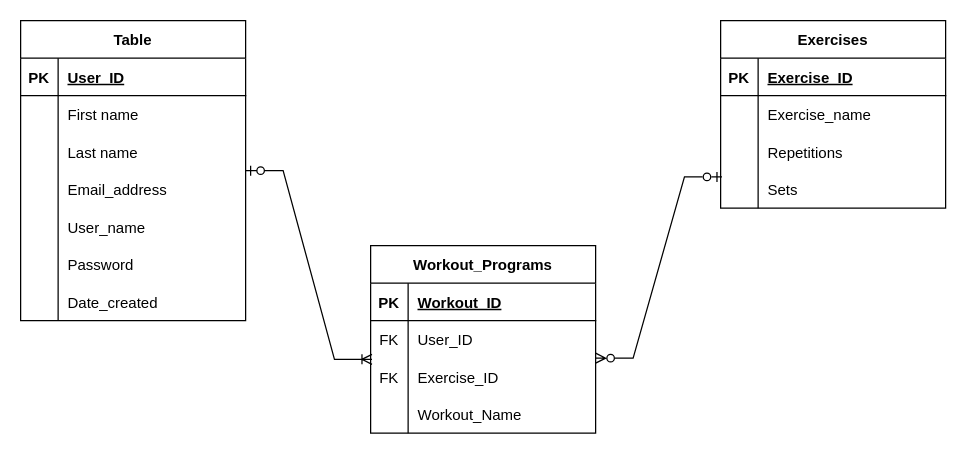
Earlier version of the draw.io diagram Untitled Diagram.drawio (Screamzle/DevOps-Project). Source tidied: cells renumbered, new cells numbered last; positions are measured from the earlier drawing's top-left corner, leaving out a move shared by most shapes. Both pictures are drawn from the tidied source at 125%, with x=0, y=0 at pixel (20, 20).
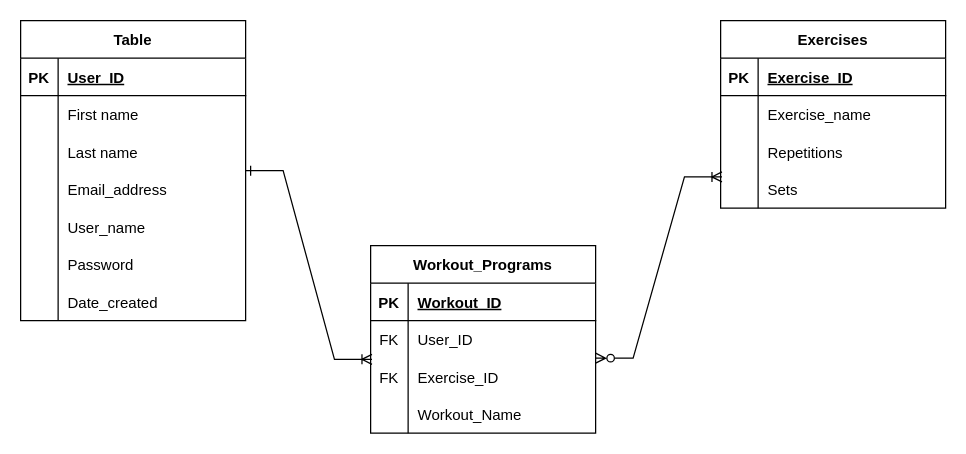
Above is the later version.

The change refers to these unchanged cells:
```xml
<mxCell id="31" style="shape=tableRow;horizontal=0;startSize=0;swimlaneHead=0;swimlaneBody=0;fillColor=none;points=[[0,0.5],[1,0.5]];portConstraint=eastwest;top=0;left=0;right=0;bottom=0;" parent="24" vertex="1">
  <mxGeometry y="90" width="180" height="30" as="geometry" />
</mxCell>
<mxCell id="47" style="shape=tableRow;horizontal=0;startSize=0;swimlaneHead=0;swimlaneBody=0;fillColor=none;points=[[0,0.5],[1,0.5]];portConstraint=eastwest;top=0;left=0;right=0;bottom=0;" parent="37" vertex="1">
  <mxGeometry y="120" width="180" height="30" as="geometry" />
</mxCell>
```

What changed in the source:
```diff
@@
-    <mxCell id="50" style="edgeStyle=entityRelationEdgeStyle;fontSize=12;html=1;endArrow=ERoneToMany;startArrow=ERzeroToOne;rounded=0;entryX=0.006;entryY=0.033;entryDx=0;entryDy=0;entryPerimeter=0;" parent="1" edge="1" target="31">
+    <mxCell id="50" style="edgeStyle=entityRelationEdgeStyle;fontSize=12;html=1;endArrow=ERoneToMany;startArrow=ERone;rounded=0;entryX=0.006;entryY=0.033;entryDx=0;entryDy=0;entryPerimeter=0;startFill=0;" parent="1" edge="1" target="31">
       <mxGeometry relative="1" as="geometry">
         <mxPoint x="180" y="120" as="sourcePoint" />
       </mxGeometry>
     </mxCell>
-    <mxCell id="51" style="edgeStyle=entityRelationEdgeStyle;fontSize=12;html=1;endArrow=ERzeroToOne;startArrow=ERzeroToMany;rounded=0;startFill=0;endFill=0;entryX=0.006;entryY=0.167;entryDx=0;entryDy=0;entryPerimeter=0;" parent="1" edge="1" target="47">
+    <mxCell id="51" style="edgeStyle=entityRelationEdgeStyle;fontSize=12;html=1;endArrow=ERoneToMany;startArrow=ERzeroToMany;rounded=0;startFill=0;endFill=0;entryX=0.006;entryY=0.167;entryDx=0;entryDy=0;entryPerimeter=0;" parent="1" edge="1" target="47">
       <mxGeometry relative="1" as="geometry">
         <mxPoint x="460" y="270" as="sourcePoint" />
       </mxGeometry>
     </mxCell>
```
